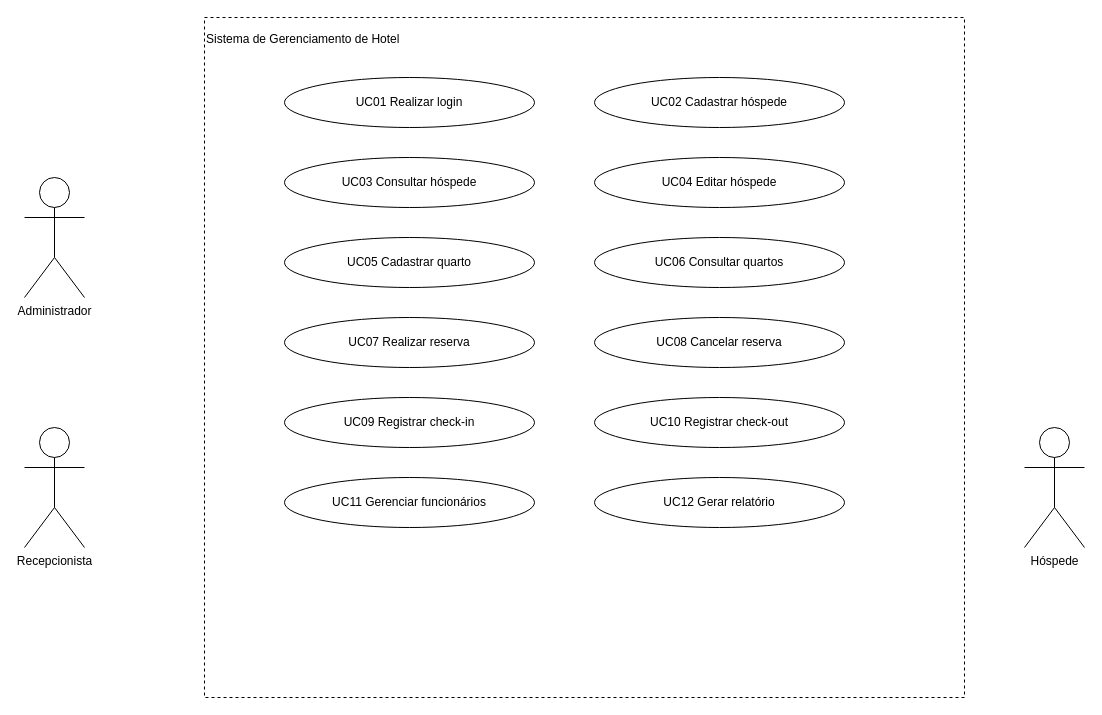
The draw.io diagram projeto kvfv/sistema-hotel-semana1/docs/diagrama-de-casos-de-uso.drawio in victus-sys/Projeto-KVFV, before the edit. Source tidied: cells renumbered, new cells numbered last; positions are measured from the earlier drawing's top-left corner, leaving out a move shared by most shapes. Both pictures are drawn from the tidied source at 100%, with x=0, y=0 at pixel (24, 17).
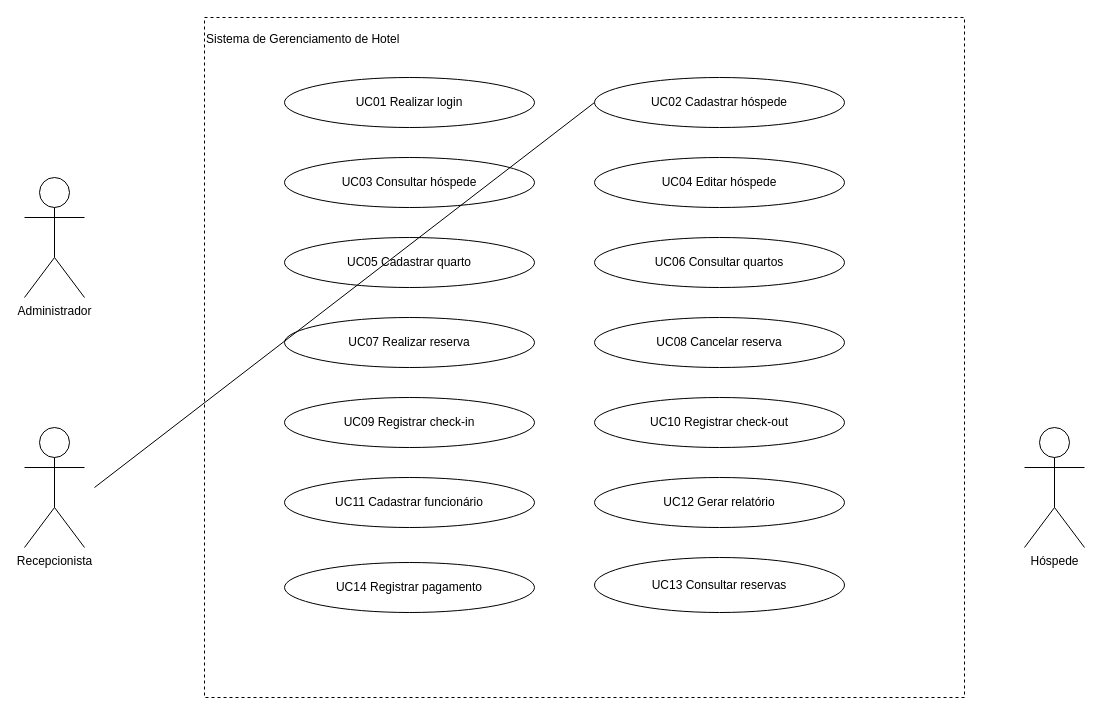
After the change.

Commit message (it also covers changes not shown here):
Atualiza diagrama de casos de uso

Unchanged cells that the change refers to:
```xml
<mxCell id="7" value="UC02 Cadastrar hóspede" style="ellipse;whiteSpace=wrap;html=1;" parent="1" vertex="1">
  <mxGeometry x="570" y="60" width="250" height="50" as="geometry" />
</mxCell>
```

What changed in the source:
```diff
@@
-    <mxCell id="16" value="UC11 Gerenciar funcionários" style="ellipse;whiteSpace=wrap;html=1;" parent="1" vertex="1">
+    <mxCell id="16" value="UC11 Cadastrar funcionário" style="ellipse;whiteSpace=wrap;html=1;" parent="1" vertex="1">
       <mxGeometry x="260" y="460" width="250" height="50" as="geometry" />
     </mxCell>
@@
+    <mxCell id="18" value="UC13 Consultar reservas" style="ellipse;whiteSpace=wrap;html=1;shapeInside=1;" parent="1" vertex="1">
+      <mxGeometry x="570" y="540" width="250" height="55" as="geometry" />
+    </mxCell>
+    <mxCell id="19" value="UC14 Registrar pagamento" style="ellipse;whiteSpace=wrap;html=1;shapeInside=1;" parent="1" vertex="1">
+      <mxGeometry x="260" y="545" width="250" height="50" as="geometry" />
+    </mxCell>
+    <mxCell id="20" style="endArrow=none;html=1;entryX=0;entryY=0.5;entryDx=0;entryDy=0;" parent="1" edge="1" target="7">
+      <mxGeometry relative="1" as="geometry">
+        <mxPoint x="70" y="470" as="sourcePoint" />
+      </mxGeometry>
+    </mxCell>
```
